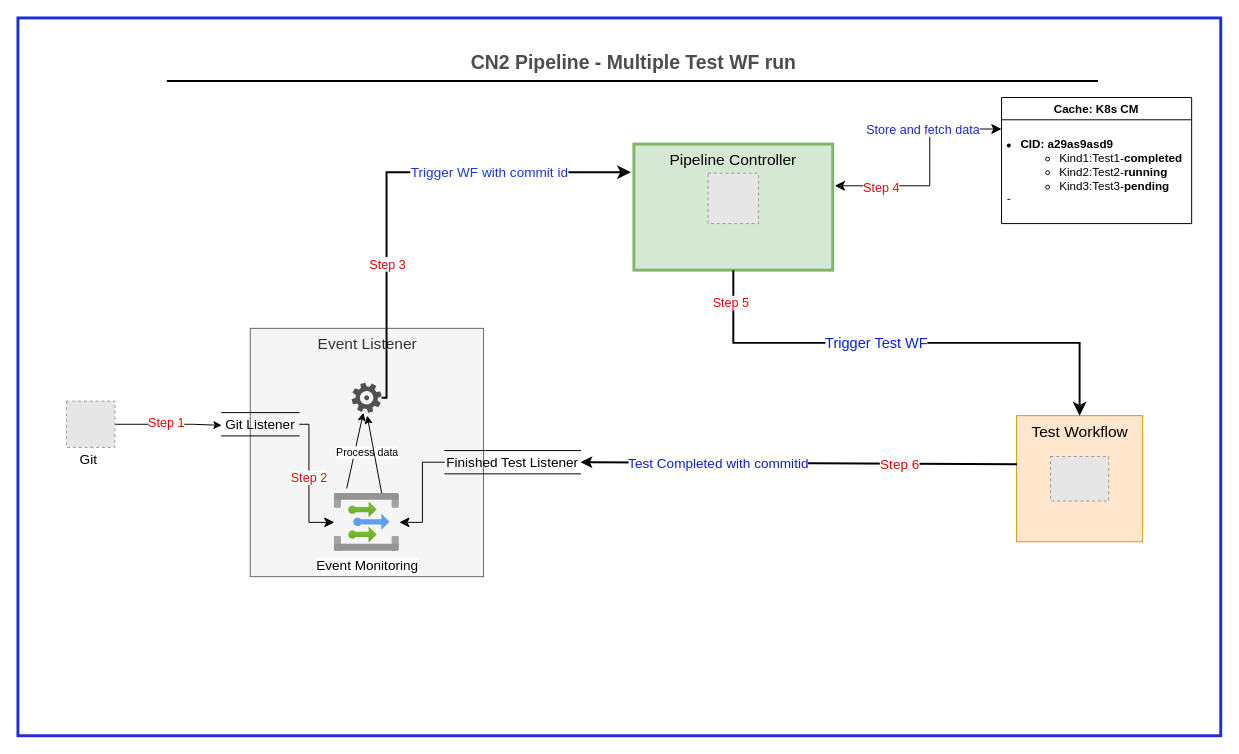
This is files/Untitled Diagram.drawio from roshpr/mydiagrams, a draw.io file, before an edit. Source tidied: cells renumbered, new cells numbered last; positions are measured from the earlier drawing's top-left corner, leaving out a move shared by most shapes. Both pictures are drawn from the tidied source at 97%, with x=0, y=0 at pixel (17, 17). Pictures stored in the file or linked from it are replaced by grey dashed boxes.
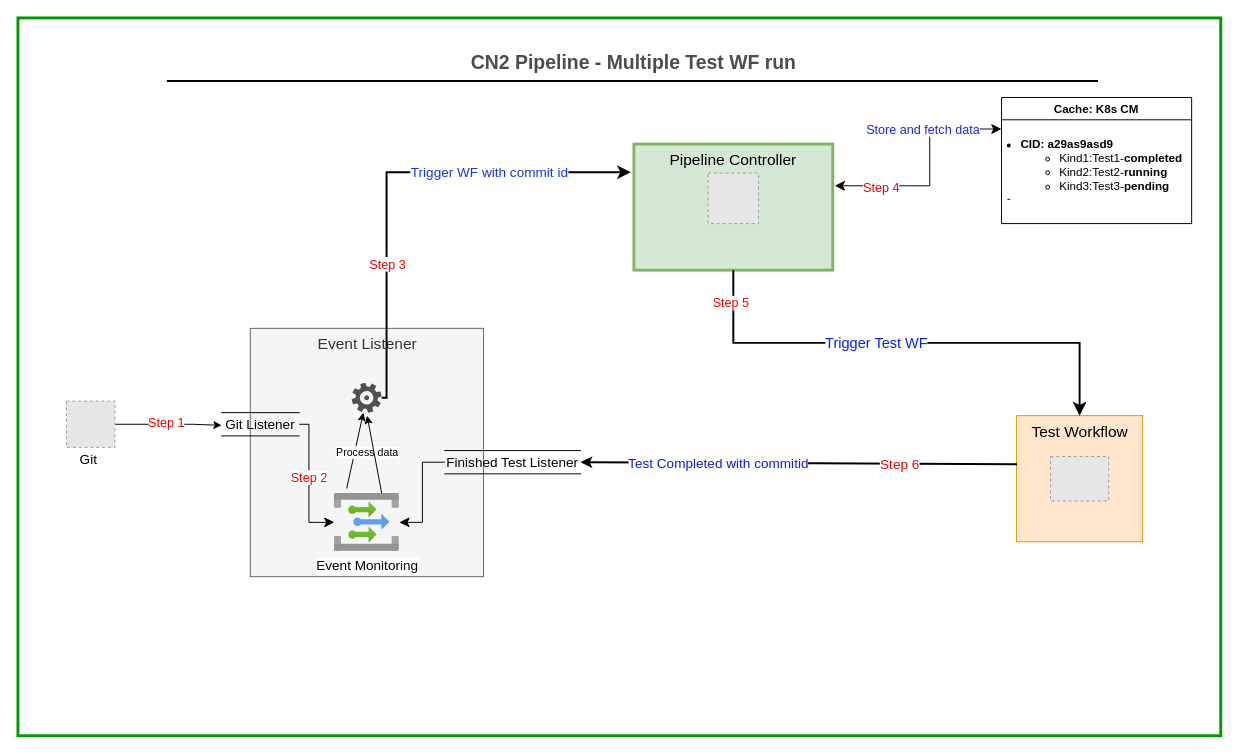
Above is the later version.

Commit message:
change border color

The edit, as a diff of the source:
```diff
@@
-    <mxCell id="2" style="fillColor=none;strokeColor=#1f2cdb;verticalAlign=top;fontStyle=0;fontColor=#DD3522;whiteSpace=wrap;html=1;strokeWidth=3;" parent="1" vertex="1">
+    <mxCell id="2" style="fillColor=none;strokeColor=#009900;verticalAlign=top;fontStyle=0;fontColor=#DD3522;whiteSpace=wrap;html=1;strokeWidth=3;" parent="1" vertex="1">
       <mxGeometry width="1240" height="740" as="geometry" />
     </mxCell>
```
